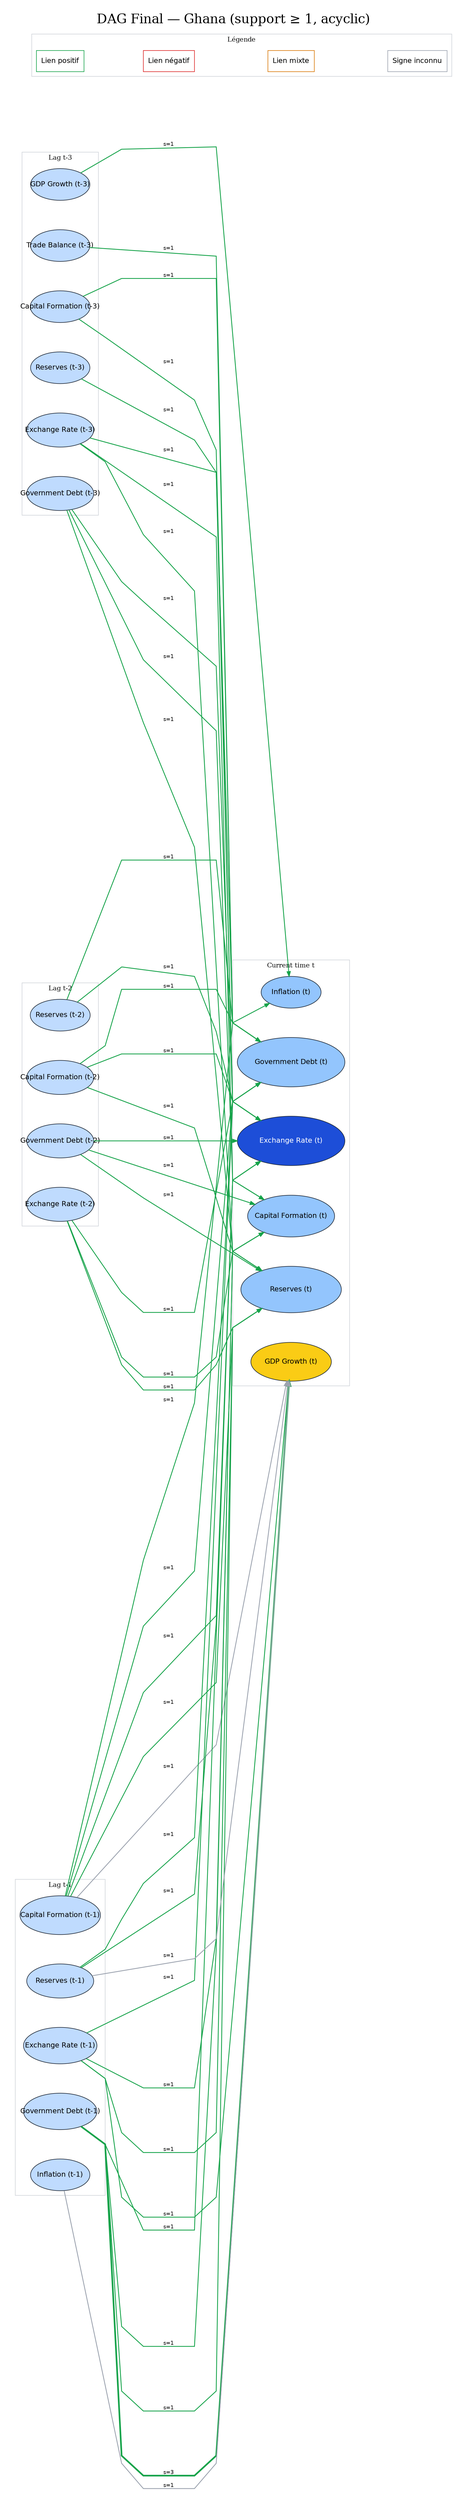
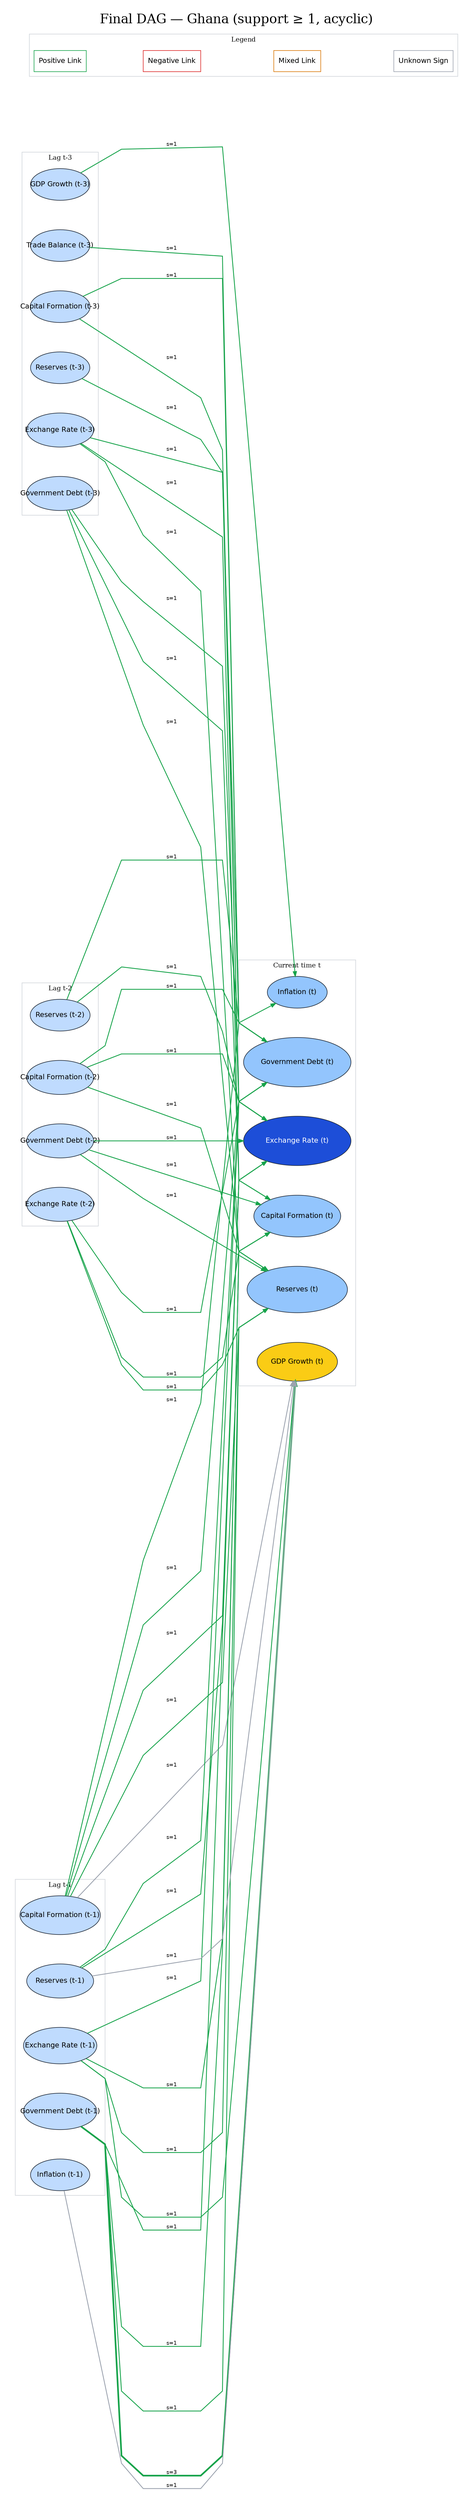
digraph DAG {
- 	bgcolor=white fontsize=22 label="DAG Final — Ghana (support ≥ 1, acyclic)" labelloc=t pad=0.25 rankdir=LR
+ 	bgcolor=white fontsize=22 label="Final DAG — Ghana (support ≥ 1, acyclic)" labelloc=t pad=0.25 rankdir=LR
	graph [concentrate=false nodesep=0.7 overlap=false ranksep=1.0 splines=polyline]
	node [color="#1f2937" fontname=Helvetica fontsize=12 shape=ellipse style=filled]
	edge [arrowsize=0.8 fontname=Helvetica fontsize=9]
	subgraph cluster_t3 {
		color="#d1d5db" fontsize=11 label="Lag t-3"
		rank=same
		"Capital_Formation__t-3" [label="Capital Formation (t-3)" fillcolor="#bfdbfe" fixedsize=true fontcolor=black height=0.75 width=1.4200000000000002]
		"Exchange_Rate__t-3" [label="Exchange Rate (t-3)" fillcolor="#bfdbfe" fixedsize=true fontcolor=black height=0.8 width=1.58]
		"GDP_Growth__t-3" [label="GDP Growth (t-3)" fillcolor="#bfdbfe" fixedsize=true fontcolor=black height=0.75 width=1.4]
		"Government_Debt__t-3" [label="Government Debt (t-3)" fillcolor="#bfdbfe" fixedsize=true fontcolor=black height=0.8 width=1.58]
		"Reserves__t-3" [label="Reserves (t-3)" fillcolor="#bfdbfe" fixedsize=true fontcolor=black height=0.75 width=1.4]
		"Trade_Balance__t-3" [label="Trade Balance (t-3)" fillcolor="#bfdbfe" fixedsize=true fontcolor=black height=0.75 width=1.4]
	}
	subgraph cluster_t2 {
		color="#d1d5db" fontsize=11 label="Lag t-2"
		rank=same
		"Capital_Formation__t-2" [label="Capital Formation (t-2)" fillcolor="#bfdbfe" fixedsize=true fontcolor=black height=0.8 width=1.58]
		"Exchange_Rate__t-2" [label="Exchange Rate (t-2)" fillcolor="#bfdbfe" fixedsize=true fontcolor=black height=0.8 width=1.58]
		"Government_Debt__t-2" [label="Government Debt (t-2)" fillcolor="#bfdbfe" fixedsize=true fontcolor=black height=0.8 width=1.58]
		"Reserves__t-2" [label="Reserves (t-2)" fillcolor="#bfdbfe" fixedsize=true fontcolor=black height=0.75 width=1.4200000000000002]
	}
	subgraph cluster_t1 {
		color="#d1d5db" fontsize=11 label="Lag t-1"
		rank=same
		"Capital_Formation__t-1" [label="Capital Formation (t-1)" fillcolor="#bfdbfe" fixedsize=true fontcolor=black height=0.9199999999999999 width=1.9000000000000001]
		"Exchange_Rate__t-1" [label="Exchange Rate (t-1)" fillcolor="#bfdbfe" fixedsize=true fontcolor=black height=0.86 width=1.7400000000000002]
		"Government_Debt__t-1" [label="Government Debt (t-1)" fillcolor="#bfdbfe" fixedsize=true fontcolor=black height=0.86 width=1.7400000000000002]
		"Inflation__t-1" [label="Inflation (t-1)" fillcolor="#bfdbfe" fixedsize=true fontcolor=black height=0.75 width=1.4]
		"Reserves__t-1" [label="Reserves (t-1)" fillcolor="#bfdbfe" fixedsize=true fontcolor=black height=0.8 width=1.58]
	}
	subgraph cluster_t {
		color="#d1d5db" fontsize=11 label="Current time t"
		rank=same
		Capital_Formation__t [label="Capital Formation (t)" fillcolor="#93c5fd" fixedsize=true fontcolor=black height=0.98 width=2.06]
		Exchange_Rate__t [label="Exchange Rate (t)" fillcolor="#1d4ed8" fixedsize=true fontcolor=white height=1.1600000000000001 width=2.54]
		GDP_Growth__t [label="GDP Growth (t)" fillcolor="#facc15" fixedsize=true fontcolor=black height=0.9199999999999999 width=1.9000000000000001]
		Government_Debt__t [label="Government Debt (t)" fillcolor="#93c5fd" fixedsize=true fontcolor=black height=1.1600000000000001 width=2.54]
		Inflation__t [label="Inflation (t)" fillcolor="#93c5fd" fixedsize=true fontcolor=black height=0.75 width=1.4200000000000002]
		Reserves__t [label="Reserves (t)" fillcolor="#93c5fd" fixedsize=true fontcolor=black height=1.1 width=2.38]
	}
	"Government_Debt__t-1" -> GDP_Growth__t [label="s=3" color="#16a34a" minlen=2 penwidth=2.8]
	"Exchange_Rate__t-1" -> GDP_Growth__t [label="s=1" color="#16a34a" minlen=2 penwidth=1.4]
	"Government_Debt__t-1" -> Exchange_Rate__t [label="s=1" color="#16a34a" minlen=2 penwidth=1.4]
	"Government_Debt__t-2" -> Exchange_Rate__t [label="s=1" color="#16a34a" minlen=2 penwidth=1.4]
	"Government_Debt__t-3" -> Exchange_Rate__t [label="s=1" color="#16a34a" minlen=2 penwidth=1.4]
	"Exchange_Rate__t-1" -> Government_Debt__t [label="s=1" color="#16a34a" minlen=2 penwidth=1.4]
	"Exchange_Rate__t-3" -> Reserves__t [label="s=1" color="#16a34a" minlen=2 penwidth=1.4]
	"Exchange_Rate__t-2" -> Government_Debt__t [label="s=1" color="#16a34a" minlen=2 penwidth=1.4]
	"Government_Debt__t-3" -> Reserves__t [label="s=1" color="#16a34a" minlen=2 penwidth=1.4]
	"Exchange_Rate__t-2" -> Reserves__t [label="s=1" color="#16a34a" minlen=2 penwidth=1.4]
	"Exchange_Rate__t-3" -> Government_Debt__t [label="s=1" color="#16a34a" minlen=2 penwidth=1.4]
	"Exchange_Rate__t-1" -> Reserves__t [label="s=1" color="#16a34a" minlen=2 penwidth=1.4]
	"Government_Debt__t-2" -> Reserves__t [label="s=1" color="#16a34a" minlen=2 penwidth=1.4]
	"Government_Debt__t-1" -> Capital_Formation__t [label="s=1" color="#16a34a" minlen=2 penwidth=1.4]
	"Government_Debt__t-1" -> Reserves__t [label="s=1" color="#16a34a" minlen=2 penwidth=1.4]
	"Reserves__t-1" -> Exchange_Rate__t [label="s=1" color="#16a34a" minlen=2 penwidth=1.4]
	"Reserves__t-2" -> Exchange_Rate__t [label="s=1" color="#16a34a" minlen=2 penwidth=1.4]
	"Reserves__t-3" -> Exchange_Rate__t [label="s=1" color="#16a34a" minlen=2 penwidth=1.4]
	"Exchange_Rate__t-2" -> Capital_Formation__t [label="s=1" color="#16a34a" minlen=2 penwidth=1.4]
	"Exchange_Rate__t-1" -> Capital_Formation__t [label="s=1" color="#16a34a" minlen=2 penwidth=1.4]
	"Exchange_Rate__t-3" -> Capital_Formation__t [label="s=1" color="#16a34a" minlen=2 penwidth=1.4]
	"Capital_Formation__t-1" -> Exchange_Rate__t [label="s=1" color="#16a34a" minlen=2 penwidth=1.4]
	"Capital_Formation__t-2" -> Exchange_Rate__t [label="s=1" color="#16a34a" minlen=2 penwidth=1.4]
	"Capital_Formation__t-3" -> Exchange_Rate__t [label="s=1" color="#16a34a" minlen=2 penwidth=1.4]
	"Capital_Formation__t-1" -> Government_Debt__t [label="s=1" color="#16a34a" minlen=2 penwidth=1.4]
	"Government_Debt__t-3" -> Capital_Formation__t [label="s=1" color="#16a34a" minlen=2 penwidth=1.4]
	"Reserves__t-1" -> Government_Debt__t [label="s=1" color="#16a34a" minlen=2 penwidth=1.4]
	"Capital_Formation__t-2" -> Reserves__t [label="s=1" color="#16a34a" minlen=2 penwidth=1.4]
	"Government_Debt__t-2" -> Capital_Formation__t [label="s=1" color="#16a34a" minlen=2 penwidth=1.4]
	"Reserves__t-2" -> Government_Debt__t [label="s=1" color="#16a34a" minlen=2 penwidth=1.4]
	"Capital_Formation__t-2" -> Government_Debt__t [label="s=1" color="#16a34a" minlen=2 penwidth=1.4]
	"Trade_Balance__t-3" -> Government_Debt__t [label="s=1" color="#16a34a" minlen=2 penwidth=1.4]
	"Capital_Formation__t-1" -> GDP_Growth__t [label="s=1" color="#9ca3af" minlen=2 penwidth=1.4]
	"Capital_Formation__t-3" -> Government_Debt__t [label="s=1" color="#16a34a" minlen=2 penwidth=1.4]
	"Capital_Formation__t-1" -> Reserves__t [label="s=1" color="#16a34a" minlen=2 penwidth=1.4]
	"GDP_Growth__t-3" -> Inflation__t [label="s=1" color="#16a34a" minlen=2 penwidth=1.4]
	"Capital_Formation__t-1" -> Inflation__t [label="s=1" color="#16a34a" minlen=2 penwidth=1.4]
	"Inflation__t-1" -> GDP_Growth__t [label="s=1" color="#9ca3af" minlen=2 penwidth=1.4]
	"Reserves__t-1" -> GDP_Growth__t [label="s=1" color="#9ca3af" minlen=2 penwidth=1.4]
	subgraph cluster_legend {
- 		color="#d1d5db" fontsize=11 label="Légende"
- 		Lpos [label="Lien positif" color="#16a34a" fillcolor=white shape=box style=filled]
- 		Lneg [label="Lien négatif" color="#dc2626" fillcolor=white shape=box style=filled]
- 		Lmix [label="Lien mixte" color="#d97706" fillcolor=white shape=box style=filled]
- 		Lunk [label="Signe inconnu" color="#9ca3af" fillcolor=white shape=box style=filled]
+ 		color="#d1d5db" fontsize=11 label=Legend
+ 		Lpos [label="Positive Link" color="#16a34a" fillcolor=white shape=box style=filled]
+ 		Lneg [label="Negative Link" color="#dc2626" fillcolor=white shape=box style=filled]
+ 		Lmix [label="Mixed Link" color="#d97706" fillcolor=white shape=box style=filled]
+ 		Lunk [label="Unknown Sign" color="#9ca3af" fillcolor=white shape=box style=filled]
		Lpos -> Lneg [style=invis]
		Lneg -> Lmix [style=invis]
		Lmix -> Lunk [style=invis]
	}
}
